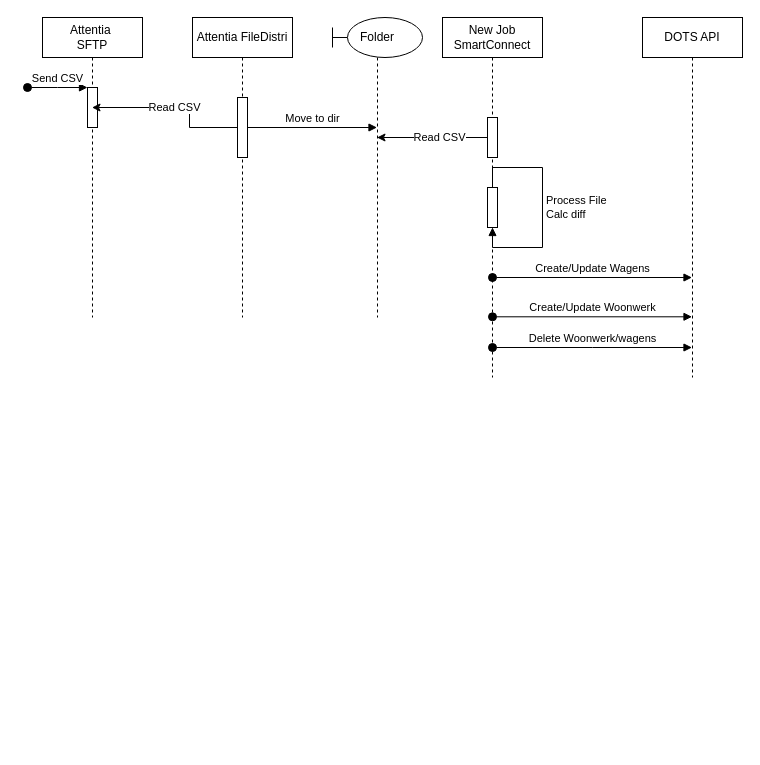
This is draw.io/Untitled Diagram.drawio from FrederikAttentia/Diagrams, a draw.io file, before an edit. Source tidied: cells renumbered, new cells numbered last; positions are measured from the earlier drawing's top-left corner, leaving out a move shared by most shapes. Both pictures are drawn from the tidied source at 100%, with x=0, y=0 at pixel (27, 17).
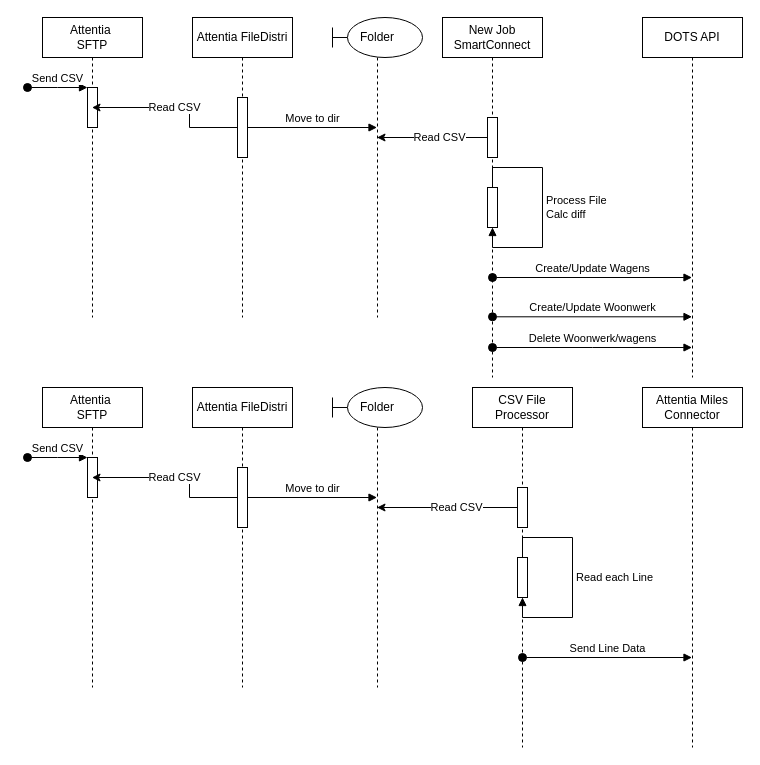
Above is the later version.

The edit, as a diff of the source:
```diff
@@
+    <mxCell id="20" value="Attentia&amp;nbsp;&lt;div&gt;SFTP&lt;/div&gt;" style="shape=umlLifeline;perimeter=lifelinePerimeter;whiteSpace=wrap;html=1;outlineConnect=0;portConstraint=eastwest;newEdgeStyle={&quot;edgeStyle&quot;:&quot;elbowEdgeStyle&quot;,&quot;elbow&quot;:&quot;vertical&quot;,&quot;curved&quot;:0,&quot;rounded&quot;:0};" parent="1" vertex="1">
+      <mxGeometry x="15" y="370" width="100" height="300" as="geometry" />
+    </mxCell>
+    <mxCell id="21" style="html=1;points=[];perimeter=orthogonalPerimeter;outlineConnect=0;targetShapes=umlLifeline;portConstraint=eastwest;newEdgeStyle={&quot;edgeStyle&quot;:&quot;elbowEdgeStyle&quot;,&quot;elbow&quot;:&quot;vertical&quot;,&quot;curved&quot;:0,&quot;rounded&quot;:0};" parent="20" vertex="1">
+      <mxGeometry x="45" y="70" width="10" height="40" as="geometry" />
+    </mxCell>
+    <mxCell id="22" value="Send CSV" style="html=1;verticalAlign=bottom;startArrow=oval;endArrow=block;startSize=8;edgeStyle=elbowEdgeStyle;elbow=vertical;curved=0;rounded=0;" parent="20" edge="1" target="21">
+      <mxGeometry relative="1" as="geometry">
+        <mxPoint x="-15" y="70" as="sourcePoint" />
+      </mxGeometry>
+    </mxCell>
+    <mxCell id="23" value="CSV File Processor" style="shape=umlLifeline;perimeter=lifelinePerimeter;whiteSpace=wrap;html=1;newEdgeStyle={&quot;edgeStyle&quot;:&quot;elbowEdgeStyle&quot;,&quot;elbow&quot;:&quot;vertical&quot;,&quot;curved&quot;:0,&quot;rounded&quot;:0};" parent="1" vertex="1">
+      <mxGeometry x="445" y="370" width="100" height="360" as="geometry" />
+    </mxCell>
+    <mxCell id="24" style="html=1;points=[];perimeter=orthogonalPerimeter;outlineConnect=0;targetShapes=umlLifeline;portConstraint=eastwest;newEdgeStyle={&quot;edgeStyle&quot;:&quot;elbowEdgeStyle&quot;,&quot;elbow&quot;:&quot;vertical&quot;,&quot;curved&quot;:0,&quot;rounded&quot;:0};" parent="23" vertex="1">
+      <mxGeometry x="45" y="100" width="10" height="40" as="geometry" />
+    </mxCell>
+    <mxCell id="25" style="html=1;points=[[0,0,0,0,5],[0,1,0,0,-5],[1,0,0,0,5],[1,1,0,0,-5]];perimeter=orthogonalPerimeter;outlineConnect=0;targetShapes=umlLifeline;portConstraint=eastwest;newEdgeStyle={&quot;curved&quot;:0,&quot;rounded&quot;:0};" parent="23" vertex="1">
+      <mxGeometry x="45" y="170" width="10" height="40" as="geometry" />
+    </mxCell>
+    <mxCell id="26" value="Read each Line" style="html=1;align=left;spacingLeft=2;endArrow=block;rounded=0;edgeStyle=orthogonalEdgeStyle;curved=0;rounded=0;" parent="23" edge="1" source="25" target="25">
+      <mxGeometry relative="1" as="geometry">
+        <Array as="points">
+          <mxPoint x="50" y="150" />
+          <mxPoint x="100" y="150" />
+          <mxPoint x="100" y="230" />
+          <mxPoint x="50" y="230" />
+        </Array>
+      </mxGeometry>
+    </mxCell>
+    <mxCell id="27" value="Attentia FileDistri" style="shape=umlLifeline;whiteSpace=wrap;html=1;newEdgeStyle={&quot;curved&quot;:0,&quot;rounded&quot;:0};perimeter=rectanglePerimeter;targetShapes=umlLifeline;participant=label;" parent="1" vertex="1">
+      <mxGeometry x="165" y="370" width="100" height="300" as="geometry" />
+    </mxCell>
+    <mxCell id="28" style="html=1;points=[[0,0,0,0,5],[0,1,0,0,-5],[1,0,0,0,5],[1,1,0,0,-5]];perimeter=orthogonalPerimeter;outlineConnect=0;targetShapes=umlLifeline;portConstraint=eastwest;newEdgeStyle={&quot;curved&quot;:0,&quot;rounded&quot;:0};" parent="27" vertex="1">
+      <mxGeometry x="45" y="80" width="10" height="60" as="geometry" />
+    </mxCell>
+    <mxCell id="29" value="Folder" style="shape=umlLifeline;perimeter=lifelinePerimeter;whiteSpace=wrap;html=1;outlineConnect=0;portConstraint=eastwest;newEdgeStyle={&quot;curved&quot;:0,&quot;rounded&quot;:0};participant=umlBoundary;" parent="1" vertex="1">
+      <mxGeometry x="305" y="370" width="90" height="300" as="geometry" />
+    </mxCell>
+    <mxCell id="30" value="Move to dir" style="html=1;verticalAlign=bottom;endArrow=block;curved=0;rounded=0;" parent="1" edge="1" source="28" target="29">
+      <mxGeometry relative="1" as="geometry" />
+    </mxCell>
+    <mxCell id="31" value="Read CSV" style="edgeStyle=orthogonalEdgeStyle;rounded=0;jettySize=auto;html=1;curved=0;" parent="1" edge="1" source="28" target="20">
+      <mxGeometry relative="1" as="geometry">
+        <Array as="points">
+          <mxPoint x="162" y="480" />
+          <mxPoint x="162" y="460" />
+        </Array>
+      </mxGeometry>
+    </mxCell>
+    <mxCell id="32" style="edgeStyle=elbowEdgeStyle;rounded=0;jettySize=auto;html=1;elbow=vertical;curved=0;" parent="1" edge="1" source="24" target="29">
+      <mxGeometry relative="1" as="geometry" />
+    </mxCell>
+    <mxCell id="33" value="Read CSV" style="edgeLabel;html=1;align=center;verticalAlign=middle;" parent="32" vertex="1">
+      <mxGeometry x="-0.12" y="-1" relative="1" as="geometry" />
+    </mxCell>
+    <mxCell id="34" value="Attentia Miles Connector" style="shape=umlLifeline;perimeter=lifelinePerimeter;whiteSpace=wrap;html=1;outlineConnect=0;portConstraint=eastwest;newEdgeStyle={&quot;curved&quot;:0,&quot;rounded&quot;:0};" parent="1" vertex="1">
+      <mxGeometry x="615" y="370" width="100" height="360" as="geometry" />
+    </mxCell>
+    <mxCell id="35" value="Send Line Data" style="html=1;verticalAlign=bottom;startArrow=oval;startFill=1;endArrow=block;startSize=8;curved=0;rounded=0;" parent="1" edge="1" target="34">
+      <mxGeometry relative="1" as="geometry">
+        <mxPoint x="495" y="640" as="sourcePoint" />
+      </mxGeometry>
+    </mxCell>
```
